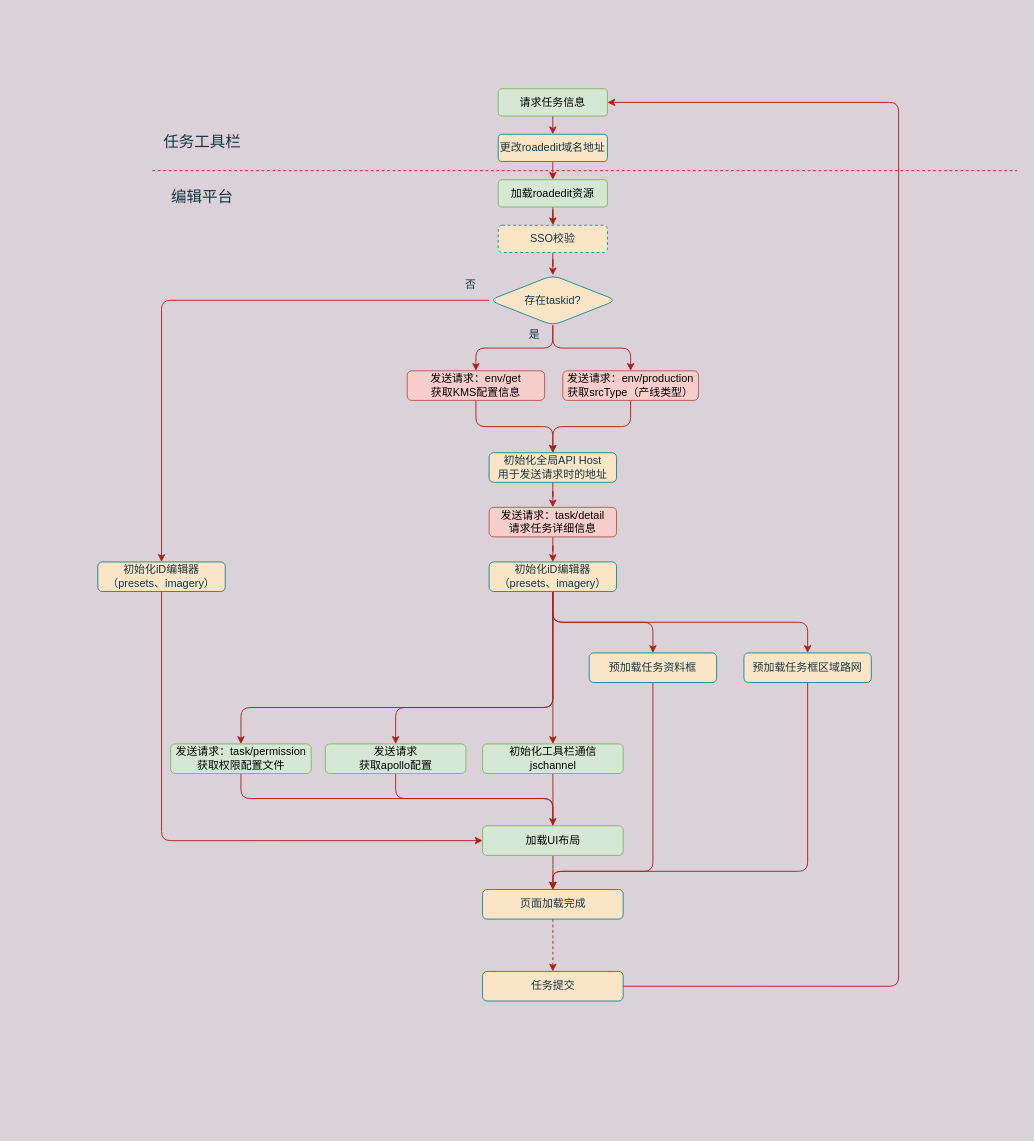
lemoncolaz/snake keeps this draw.io diagram as Untitled Diagram.drawio. Above is the earlier version. Source tidied: cells renumbered, new cells numbered last; positions are measured from the earlier drawing's top-left corner, leaving out a move shared by most shapes. Both pictures are drawn from the tidied source at 91%, with x=0, y=0 at pixel (97, 88).
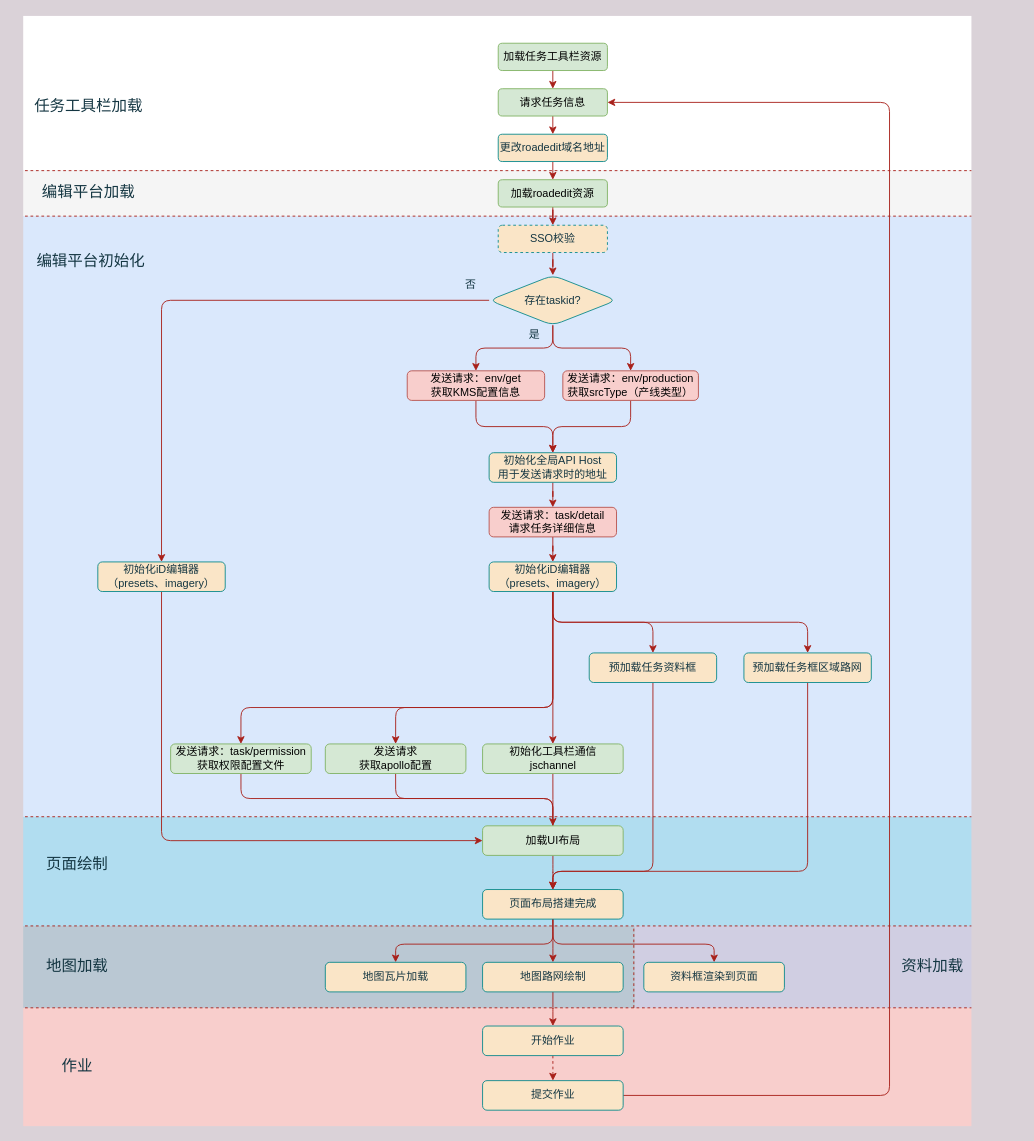
The same diagram, later.

Unchanged cells that the change refers to:
```xml
<mxCell id="43" value="请求任务信息" style="rounded=1;whiteSpace=wrap;html=1;fontSize=12;glass=0;strokeWidth=1;shadow=0;fillColor=#d5e8d4;strokeColor=#82b366;" parent="1" vertex="1">
  <mxGeometry x="440" width="120" height="30" as="geometry" />
</mxCell>
```

Diff of the diagram source:
```diff
@@
+    <mxCell id="51" style="rounded=0;whiteSpace=wrap;html=1;sketch=0;fontSize=12;fillColor=#f8cecc;strokeColor=none;" parent="1" vertex="1">
+      <mxGeometry x="-82" y="1010" width="1042" height="130" as="geometry" />
+    </mxCell>
+    <mxCell id="52" style="rounded=0;whiteSpace=wrap;html=1;sketch=0;fontSize=12;fillColor=#d0cee2;strokeColor=none;" parent="1" vertex="1">
+      <mxGeometry x="590" y="920" width="370" height="90" as="geometry" />
+    </mxCell>
+    <mxCell id="53" style="rounded=0;whiteSpace=wrap;html=1;sketch=0;fontSize=12;fillColor=#bac8d3;strokeColor=none;" parent="1" vertex="1">
+      <mxGeometry x="-82" y="920" width="672" height="90" as="geometry" />
+    </mxCell>
+    <mxCell id="54" style="rounded=0;whiteSpace=wrap;html=1;sketch=0;fontSize=12;fillColor=#b1ddf0;strokeColor=none;" parent="1" vertex="1">
+      <mxGeometry x="-82" y="800" width="1042" height="120" as="geometry" />
+    </mxCell>
+    <mxCell id="55" style="rounded=0;whiteSpace=wrap;html=1;sketch=0;fontSize=12;fillColor=#dae8fc;strokeColor=none;" parent="1" vertex="1">
+      <mxGeometry x="-82" y="140" width="1042" height="660" as="geometry" />
+    </mxCell>
+    <mxCell id="56" style="rounded=0;whiteSpace=wrap;html=1;sketch=0;fontSize=12;fillColor=#f5f5f5;fontColor=#333333;strokeColor=none;" parent="1" vertex="1">
+      <mxGeometry x="-82" y="90" width="1042" height="50" as="geometry" />
+    </mxCell>
+    <mxCell id="57" style="rounded=0;whiteSpace=wrap;html=1;sketch=0;fontSize=12;strokeColor=none;" parent="1" vertex="1">
+      <mxGeometry x="-82" y="-80" width="1042" height="170" as="geometry" />
+    </mxCell>
@@
-    <mxCell id="36" style="edgeStyle=orthogonalEdgeStyle;curved=0;rounded=1;sketch=0;jettySize=auto;html=1;exitX=0.5;exitY=1;exitDx=0;exitDy=0;fontColor=#143642;strokeColor=#A8201A;fillColor=#FAE5C7;dashed=1;" parent="1" edge="1" source="37">
-      <mxGeometry relative="1" as="geometry">
-        <mxPoint x="500" y="970" as="targetPoint" />
-      </mxGeometry>
-    </mxCell>
+    <mxCell id="58" style="edgeStyle=orthogonalEdgeStyle;curved=0;rounded=1;sketch=0;jettySize=auto;html=1;exitX=0.5;exitY=1;exitDx=0;exitDy=0;entryX=0.5;entryY=0;entryDx=0;entryDy=0;fontSize=12;fontColor=#143642;strokeColor=#A8201A;fillColor=#FAE5C7;" parent="1" edge="1" source="37" target="39">
+      <mxGeometry relative="1" as="geometry">
+        <Array as="points">
+          <mxPoint x="500" y="940" />
+          <mxPoint x="327" y="940" />
+        </Array>
+      </mxGeometry>
+    </mxCell>
+    <mxCell id="59" style="edgeStyle=orthogonalEdgeStyle;curved=0;rounded=1;sketch=0;jettySize=auto;html=1;exitX=0.5;exitY=1;exitDx=0;exitDy=0;fontSize=12;fontColor=#143642;strokeColor=#A8201A;fillColor=#FAE5C7;" parent="1" edge="1" source="37" target="70">
+      <mxGeometry relative="1" as="geometry" />
+    </mxCell>
+    <mxCell id="60" style="edgeStyle=orthogonalEdgeStyle;curved=0;rounded=1;sketch=0;jettySize=auto;html=1;exitX=0.5;exitY=1;exitDx=0;exitDy=0;entryX=0.5;entryY=0;entryDx=0;entryDy=0;fontSize=12;fontColor=#143642;strokeColor=#A8201A;fillColor=#FAE5C7;" parent="1" edge="1" source="37" target="71">
+      <mxGeometry relative="1" as="geometry">
+        <Array as="points">
+          <mxPoint x="500" y="940" />
+          <mxPoint x="677" y="940" />
+        </Array>
+      </mxGeometry>
+    </mxCell>
-    <mxCell id="37" value="页面加载完成" style="whiteSpace=wrap;html=1;rounded=1;shadow=0;fontColor=#143642;strokeColor=#0F8B8D;strokeWidth=1;fillColor=#FAE5C7;glass=0;" parent="1" vertex="1">
+    <mxCell id="37" value="页面布局搭建完成" style="whiteSpace=wrap;html=1;rounded=1;shadow=0;fontColor=#143642;strokeColor=#0F8B8D;strokeWidth=1;fillColor=#FAE5C7;glass=0;" parent="1" vertex="1">
       <mxGeometry x="422.8" y="880" width="154.5" height="32.5" as="geometry" />
     </mxCell>
-    <mxCell id="38" style="edgeStyle=orthogonalEdgeStyle;curved=0;rounded=1;sketch=0;jettySize=auto;html=1;exitX=1;exitY=0.5;exitDx=0;exitDy=0;entryX=1;entryY=0.5;entryDx=0;entryDy=0;fontColor=#143642;strokeColor=#A8201A;fillColor=#FAE5C7;" parent="1" edge="1" source="39" target="43">
-      <mxGeometry relative="1" as="geometry">
-        <Array as="points">
-          <mxPoint x="880" y="986" />
-          <mxPoint x="880" y="15" />
-        </Array>
-      </mxGeometry>
-    </mxCell>
+    <mxCell id="61" style="edgeStyle=orthogonalEdgeStyle;curved=0;rounded=1;sketch=0;jettySize=auto;html=1;exitX=1;exitY=0.5;exitDx=0;exitDy=0;entryX=1;entryY=0.5;entryDx=0;entryDy=0;fontSize=12;fontColor=#143642;strokeColor=#A8201A;fillColor=#FAE5C7;" parent="1" edge="1" source="74" target="43">
+      <mxGeometry relative="1" as="geometry">
+        <Array as="points">
+          <mxPoint x="870" y="1106" />
+          <mxPoint x="870" y="15" />
+        </Array>
+      </mxGeometry>
+    </mxCell>
-    <mxCell id="39" value="任务提交" style="whiteSpace=wrap;html=1;rounded=1;shadow=0;fontColor=#143642;strokeColor=#0F8B8D;strokeWidth=1;fillColor=#FAE5C7;glass=0;" parent="1" vertex="1">
-      <mxGeometry x="422.8" y="970" width="154.5" height="32.5" as="geometry" />
+    <mxCell id="39" value="地图瓦片加载" style="whiteSpace=wrap;html=1;rounded=1;shadow=0;fontColor=#143642;strokeColor=#0F8B8D;strokeWidth=1;fillColor=#FAE5C7;glass=0;" parent="1" vertex="1">
+      <mxGeometry x="250" y="960" width="154.5" height="32.5" as="geometry" />
     </mxCell>
@@
     <mxCell id="44" style="endArrow=none;dashed=1;html=1;fontColor=#143642;strokeColor=#A8201A;fillColor=#FAE5C7;" parent="1" edge="1">
       <mxGeometry relative="1" as="geometry">
-        <mxPoint x="60" y="90" as="sourcePoint" />
-        <mxPoint x="1010" y="90" as="targetPoint" />
+        <mxPoint x="-80" y="90" as="sourcePoint" />
+        <mxPoint x="960" y="90" as="targetPoint" />
       </mxGeometry>
     </mxCell>
-    <mxCell id="45" value="任务工具栏" style="text;html=1;strokeColor=none;fillColor=none;align=center;verticalAlign=middle;whiteSpace=wrap;rounded=0;sketch=0;fontColor=#143642;fontSize=17;" parent="1" vertex="1">
-      <mxGeometry x="60" y="50" width="110" height="20" as="geometry" />
+    <mxCell id="45" value="任务工具栏加载" style="text;html=1;strokeColor=none;fillColor=none;align=center;verticalAlign=middle;whiteSpace=wrap;rounded=0;sketch=0;fontColor=#143642;fontSize=17;" parent="1" vertex="1">
+      <mxGeometry x="-80" y="10" width="140" height="20" as="geometry" />
     </mxCell>
-    <mxCell id="46" value="编辑平台" style="text;html=1;strokeColor=none;fillColor=none;align=center;verticalAlign=middle;whiteSpace=wrap;rounded=0;sketch=0;fontColor=#143642;fontSize=17;" parent="1" vertex="1">
-      <mxGeometry x="60" y="110" width="110" height="20" as="geometry" />
+    <mxCell id="46" value="编辑平台加载" style="text;html=1;strokeColor=none;fillColor=none;align=center;verticalAlign=middle;whiteSpace=wrap;rounded=0;sketch=0;fontColor=#143642;fontSize=17;" parent="1" vertex="1">
+      <mxGeometry x="-65" y="105" width="110" height="20" as="geometry" />
     </mxCell>
@@
+    <mxCell id="62" style="edgeStyle=orthogonalEdgeStyle;curved=0;rounded=1;sketch=0;jettySize=auto;html=1;exitX=0.5;exitY=1;exitDx=0;exitDy=0;entryX=0.5;entryY=0;entryDx=0;entryDy=0;fontSize=12;fontColor=#143642;strokeColor=#A8201A;fillColor=#FAE5C7;" parent="1" edge="1" source="63" target="43">
+      <mxGeometry relative="1" as="geometry" />
+    </mxCell>
+    <mxCell id="63" value="加载任务工具栏资源" style="rounded=1;whiteSpace=wrap;html=1;fontSize=12;glass=0;strokeWidth=1;shadow=0;fillColor=#d5e8d4;strokeColor=#82b366;" parent="1" vertex="1">
+      <mxGeometry x="440" y="-50" width="120" height="30" as="geometry" />
+    </mxCell>
+    <mxCell id="64" style="endArrow=none;dashed=1;html=1;fontColor=#143642;strokeColor=#A8201A;fillColor=#FAE5C7;" parent="1" edge="1">
+      <mxGeometry relative="1" as="geometry">
+        <mxPoint x="-80" y="140" as="sourcePoint" />
+        <mxPoint x="960" y="140" as="targetPoint" />
+      </mxGeometry>
+    </mxCell>
+    <mxCell id="65" value="编辑平台初始化" style="text;html=1;strokeColor=none;fillColor=none;align=center;verticalAlign=middle;whiteSpace=wrap;rounded=0;sketch=0;fontColor=#143642;fontSize=17;" parent="1" vertex="1">
+      <mxGeometry x="-75" y="180" width="135" height="20" as="geometry" />
+    </mxCell>
+    <mxCell id="66" style="endArrow=none;dashed=1;html=1;fontColor=#143642;strokeColor=#A8201A;fillColor=#FAE5C7;entryX=1;entryY=0;entryDx=0;entryDy=0;" parent="1" edge="1" target="54">
+      <mxGeometry relative="1" as="geometry">
+        <mxPoint x="-80" y="800" as="sourcePoint" />
+      </mxGeometry>
+    </mxCell>
+    <mxCell id="67" value="页面绘制" style="text;html=1;strokeColor=none;fillColor=none;align=center;verticalAlign=middle;whiteSpace=wrap;rounded=0;sketch=0;fontColor=#143642;fontSize=17;" parent="1" vertex="1">
+      <mxGeometry x="-90" y="842.5" width="135" height="20" as="geometry" />
+    </mxCell>
+    <mxCell id="68" style="endArrow=none;dashed=1;html=1;fontColor=#143642;strokeColor=#A8201A;fillColor=#FAE5C7;entryX=1;entryY=1;entryDx=0;entryDy=0;" parent="1" edge="1" target="54">
+      <mxGeometry relative="1" as="geometry">
+        <mxPoint x="-80" y="920" as="sourcePoint" />
+      </mxGeometry>
+    </mxCell>
+    <mxCell id="69" style="edgeStyle=orthogonalEdgeStyle;curved=0;rounded=1;sketch=0;jettySize=auto;html=1;fontSize=12;fontColor=#143642;strokeColor=#A8201A;fillColor=#FAE5C7;" parent="1" edge="1" source="70" target="73">
+      <mxGeometry relative="1" as="geometry" />
+    </mxCell>
+    <mxCell id="70" value="地图路网绘制" style="whiteSpace=wrap;html=1;rounded=1;shadow=0;fontColor=#143642;strokeColor=#0F8B8D;strokeWidth=1;fillColor=#FAE5C7;glass=0;" parent="1" vertex="1">
+      <mxGeometry x="422.8" y="960" width="154.5" height="32.5" as="geometry" />
+    </mxCell>
+    <mxCell id="71" value="资料框渲染到页面" style="whiteSpace=wrap;html=1;rounded=1;shadow=0;fontColor=#143642;strokeColor=#0F8B8D;strokeWidth=1;fillColor=#FAE5C7;glass=0;" parent="1" vertex="1">
+      <mxGeometry x="600" y="960" width="154.5" height="32.5" as="geometry" />
+    </mxCell>
+    <mxCell id="72" style="edgeStyle=orthogonalEdgeStyle;curved=0;rounded=1;sketch=0;jettySize=auto;html=1;exitX=0.5;exitY=1;exitDx=0;exitDy=0;fontSize=12;fontColor=#143642;strokeColor=#A8201A;fillColor=#FAE5C7;dashed=1;" parent="1" edge="1" source="73" target="74">
+      <mxGeometry relative="1" as="geometry" />
+    </mxCell>
+    <mxCell id="73" value="开始作业" style="whiteSpace=wrap;html=1;rounded=1;shadow=0;fontColor=#143642;strokeColor=#0F8B8D;strokeWidth=1;fillColor=#FAE5C7;glass=0;" parent="1" vertex="1">
+      <mxGeometry x="422.8" y="1030" width="154.5" height="32.5" as="geometry" />
+    </mxCell>
+    <mxCell id="74" value="提交作业" style="whiteSpace=wrap;html=1;rounded=1;shadow=0;fontColor=#143642;strokeColor=#0F8B8D;strokeWidth=1;fillColor=#FAE5C7;glass=0;" parent="1" vertex="1">
+      <mxGeometry x="422.8" y="1090" width="154.5" height="32.5" as="geometry" />
+    </mxCell>
+    <mxCell id="75" style="endArrow=none;dashed=1;html=1;fontColor=#143642;strokeColor=#A8201A;fillColor=#FAE5C7;entryX=1;entryY=1;entryDx=0;entryDy=0;" parent="1" edge="1">
+      <mxGeometry relative="1" as="geometry">
+        <mxPoint x="-80" y="1010" as="sourcePoint" />
+        <mxPoint x="960" y="1010" as="targetPoint" />
+      </mxGeometry>
+    </mxCell>
+    <mxCell id="76" style="endArrow=none;dashed=1;html=1;fontColor=#143642;strokeColor=#A8201A;fillColor=#FAE5C7;" parent="1" edge="1">
+      <mxGeometry relative="1" as="geometry">
+        <mxPoint x="589" y="1010" as="sourcePoint" />
+        <mxPoint x="589" y="920" as="targetPoint" />
+      </mxGeometry>
+    </mxCell>
+    <mxCell id="77" value="地图加载" style="text;html=1;strokeColor=none;fillColor=none;align=center;verticalAlign=middle;whiteSpace=wrap;rounded=0;sketch=0;fontColor=#143642;fontSize=17;" parent="1" vertex="1">
+      <mxGeometry x="-90" y="955" width="135" height="20" as="geometry" />
+    </mxCell>
+    <mxCell id="78" value="资料加载" style="text;html=1;strokeColor=none;fillColor=none;align=center;verticalAlign=middle;whiteSpace=wrap;rounded=0;sketch=0;fontColor=#143642;fontSize=17;" parent="1" vertex="1">
+      <mxGeometry x="850" y="955" width="135" height="20" as="geometry" />
+    </mxCell>
+    <mxCell id="79" value="作业" style="text;html=1;strokeColor=none;fillColor=none;align=center;verticalAlign=middle;whiteSpace=wrap;rounded=0;sketch=0;fontColor=#143642;fontSize=17;" parent="1" vertex="1">
+      <mxGeometry x="-90" y="1065" width="135" height="20" as="geometry" />
+    </mxCell>
```
